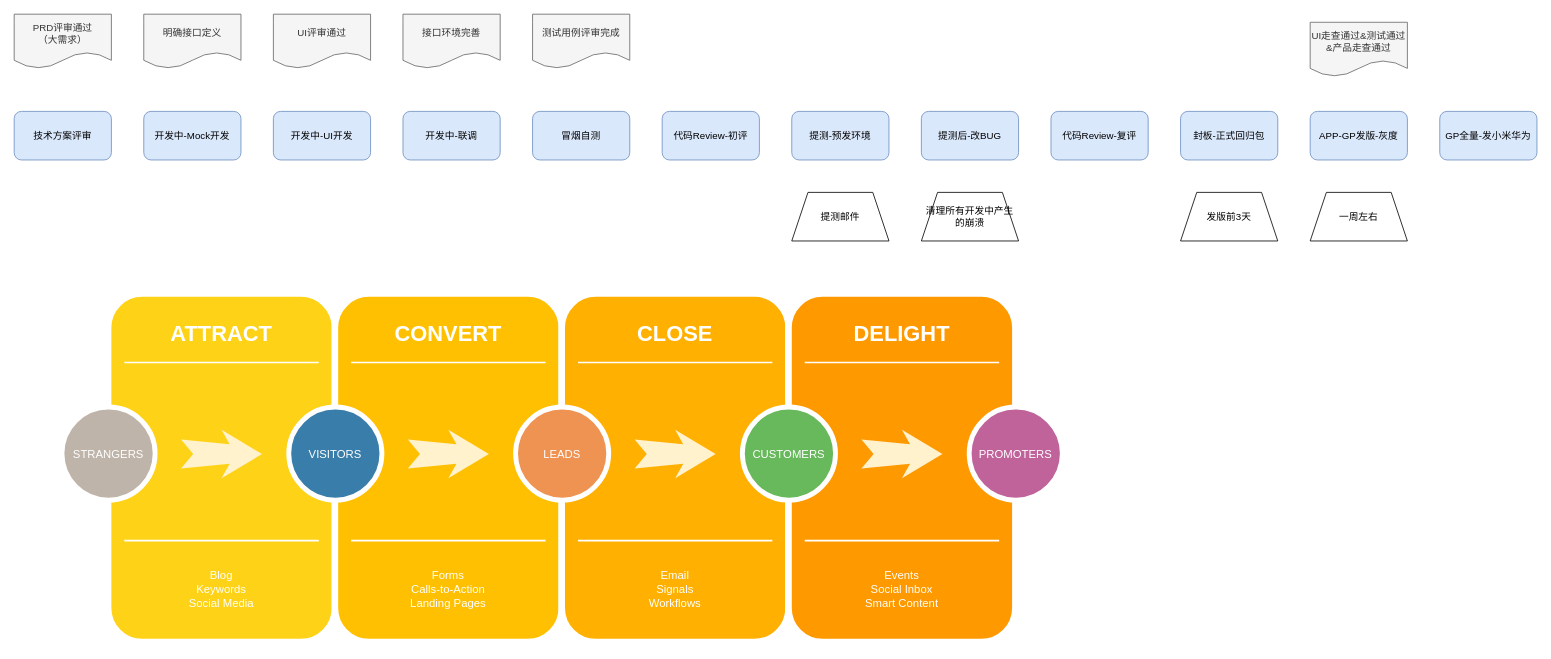
Before: Untitled Diagram.drawio in hardygege/work, a draw.io diagram. Source tidied: cells renumbered, new cells numbered last; positions are measured from the earlier drawing's top-left corner, leaving out a move shared by most shapes. Both pictures are drawn from the tidied source at 81%, with x=0, y=0 at pixel (14, 14).
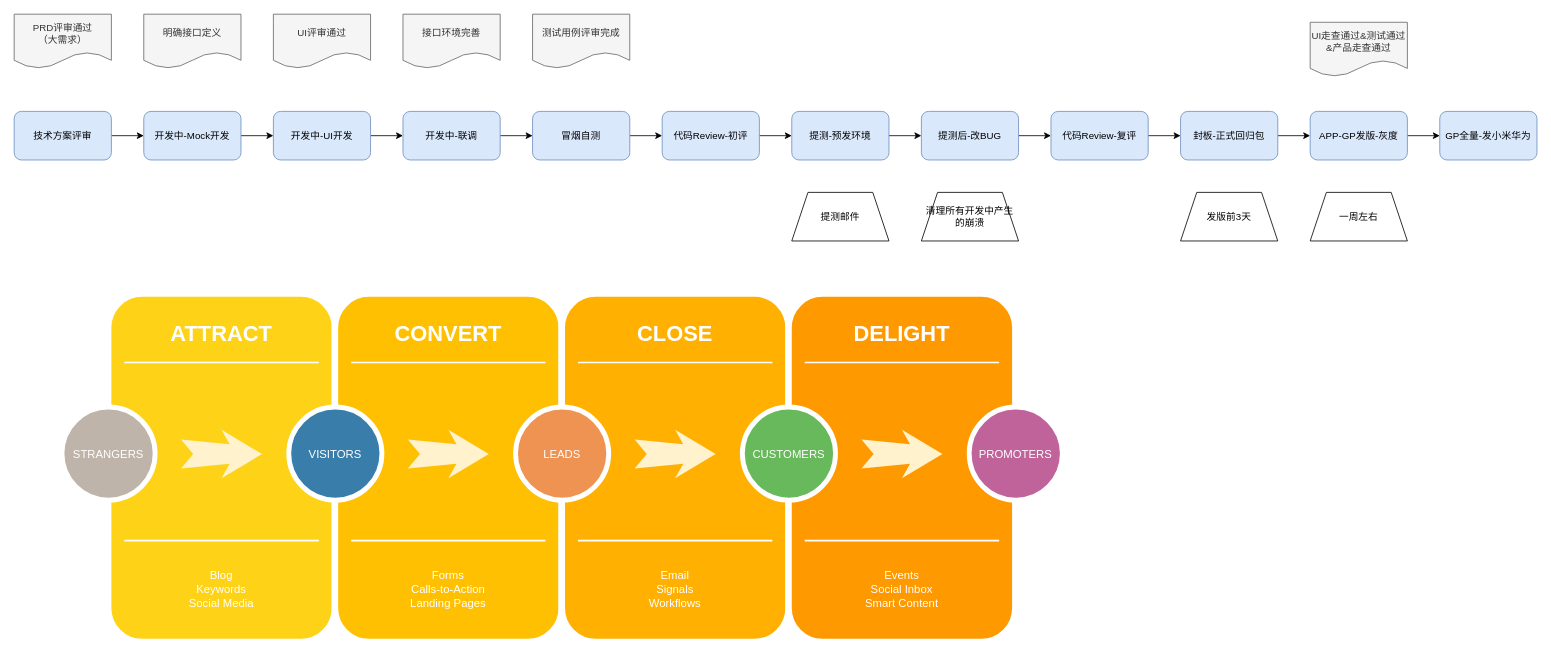
The same page after the edit.

Unchanged cells that the change refers to:
```xml
<mxCell id="31" value="技术方案评审" style="rounded=1;whiteSpace=wrap;html=1;fillColor=#dae8fc;strokeColor=#6c8ebf;" parent="1" vertex="1">
  <mxGeometry y="120" width="120" height="60" as="geometry" />
</mxCell>
<mxCell id="33" value="开发中-Mock开发" style="rounded=1;whiteSpace=wrap;html=1;fillColor=#dae8fc;strokeColor=#6c8ebf;" parent="1" vertex="1">
  <mxGeometry x="160" y="120" width="120" height="60" as="geometry" />
</mxCell>
<mxCell id="34" value="开发中-UI开发" style="rounded=1;whiteSpace=wrap;html=1;fillColor=#dae8fc;strokeColor=#6c8ebf;" parent="1" vertex="1">
  <mxGeometry x="320" y="120" width="120" height="60" as="geometry" />
</mxCell>
<mxCell id="35" value="开发中-联调" style="rounded=1;whiteSpace=wrap;html=1;fillColor=#dae8fc;strokeColor=#6c8ebf;" parent="1" vertex="1">
  <mxGeometry x="480" y="120" width="120" height="60" as="geometry" />
</mxCell>
<mxCell id="36" value="冒烟自测" style="rounded=1;whiteSpace=wrap;html=1;fillColor=#dae8fc;strokeColor=#6c8ebf;" parent="1" vertex="1">
  <mxGeometry x="640" y="120" width="120" height="60" as="geometry" />
</mxCell>
<mxCell id="37" value="代码Review-初评" style="rounded=1;whiteSpace=wrap;html=1;fillColor=#dae8fc;strokeColor=#6c8ebf;" parent="1" vertex="1">
  <mxGeometry x="800" y="120" width="120" height="60" as="geometry" />
</mxCell>
<mxCell id="38" value="提测-预发环境" style="rounded=1;whiteSpace=wrap;html=1;fillColor=#dae8fc;strokeColor=#6c8ebf;" parent="1" vertex="1">
  <mxGeometry x="960" y="120" width="120" height="60" as="geometry" />
</mxCell>
<mxCell id="39" value="提测后-改BUG" style="rounded=1;whiteSpace=wrap;html=1;fillColor=#dae8fc;strokeColor=#6c8ebf;" parent="1" vertex="1">
  <mxGeometry x="1120" y="120" width="120" height="60" as="geometry" />
</mxCell>
<mxCell id="40" value="封板-正式回归包" style="rounded=1;whiteSpace=wrap;html=1;fillColor=#dae8fc;strokeColor=#6c8ebf;" parent="1" vertex="1">
  <mxGeometry x="1440" y="120" width="120" height="60" as="geometry" />
</mxCell>
<mxCell id="41" value="APP-GP发版-灰度" style="rounded=1;whiteSpace=wrap;html=1;fillColor=#dae8fc;strokeColor=#6c8ebf;" parent="1" vertex="1">
  <mxGeometry x="1600" y="120" width="120" height="60" as="geometry" />
</mxCell>
<mxCell id="50" value="GP全量-发小米华为" style="rounded=1;whiteSpace=wrap;html=1;fillColor=#dae8fc;strokeColor=#6c8ebf;" parent="1" vertex="1">
  <mxGeometry x="1760" y="120" width="120" height="60" as="geometry" />
</mxCell>
<mxCell id="52" value="代码Review-复评" style="rounded=1;whiteSpace=wrap;html=1;fillColor=#dae8fc;strokeColor=#6c8ebf;" parent="1" vertex="1">
  <mxGeometry x="1280" y="120" width="120" height="60" as="geometry" />
</mxCell>
```

Change to the diagram source:
```diff
@@
+    <mxCell id="53" style="edgeStyle=orthogonalEdgeStyle;rounded=0;jettySize=auto;html=1;" parent="1" edge="1" source="31" target="33">
+      <mxGeometry relative="1" as="geometry" />
+    </mxCell>
@@
+    <mxCell id="54" style="edgeStyle=orthogonalEdgeStyle;rounded=0;jettySize=auto;html=1;" parent="1" edge="1" source="33" target="34">
+      <mxGeometry relative="1" as="geometry" />
+    </mxCell>
@@
+    <mxCell id="55" style="edgeStyle=orthogonalEdgeStyle;rounded=0;jettySize=auto;html=1;" parent="1" edge="1" source="34" target="35">
+      <mxGeometry relative="1" as="geometry" />
+    </mxCell>
@@
+    <mxCell id="56" style="edgeStyle=orthogonalEdgeStyle;rounded=0;jettySize=auto;html=1;" parent="1" edge="1" source="35" target="36">
+      <mxGeometry relative="1" as="geometry" />
+    </mxCell>
@@
+    <mxCell id="57" style="edgeStyle=orthogonalEdgeStyle;rounded=0;jettySize=auto;html=1;" parent="1" edge="1" source="36" target="37">
+      <mxGeometry relative="1" as="geometry" />
+    </mxCell>
@@
+    <mxCell id="58" style="edgeStyle=orthogonalEdgeStyle;rounded=0;jettySize=auto;html=1;" parent="1" edge="1" source="37" target="38">
+      <mxGeometry relative="1" as="geometry" />
+    </mxCell>
@@
+    <mxCell id="59" style="edgeStyle=orthogonalEdgeStyle;rounded=0;jettySize=auto;html=1;" parent="1" edge="1" source="38" target="39">
+      <mxGeometry relative="1" as="geometry" />
+    </mxCell>
@@
+    <mxCell id="60" style="edgeStyle=orthogonalEdgeStyle;rounded=0;jettySize=auto;html=1;" parent="1" edge="1" source="39" target="52">
+      <mxGeometry relative="1" as="geometry" />
+    </mxCell>
@@
+    <mxCell id="61" style="edgeStyle=orthogonalEdgeStyle;rounded=0;jettySize=auto;html=1;" parent="1" edge="1" source="40" target="41">
+      <mxGeometry relative="1" as="geometry" />
+    </mxCell>
@@
+    <mxCell id="62" style="edgeStyle=orthogonalEdgeStyle;rounded=0;jettySize=auto;html=1;" parent="1" edge="1" source="41" target="50">
+      <mxGeometry relative="1" as="geometry" />
+    </mxCell>
@@
+    <mxCell id="63" style="edgeStyle=orthogonalEdgeStyle;rounded=0;jettySize=auto;html=1;" parent="1" edge="1" source="52" target="40">
+      <mxGeometry relative="1" as="geometry" />
+    </mxCell>
```
